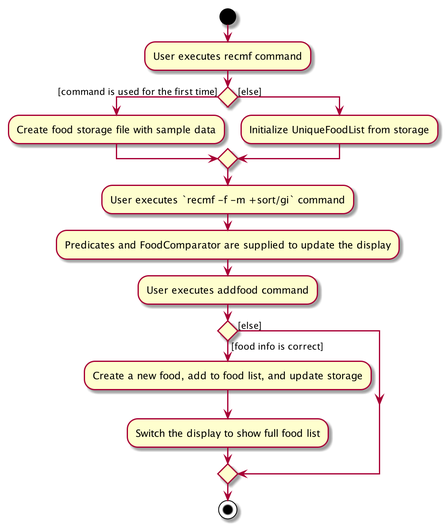
nus-cs2103-AY1920S1/addressbook-level3 keeps this PlantUML diagram as docs/images/RecmFoodActivityDiagram.png. Above is the earlier version.
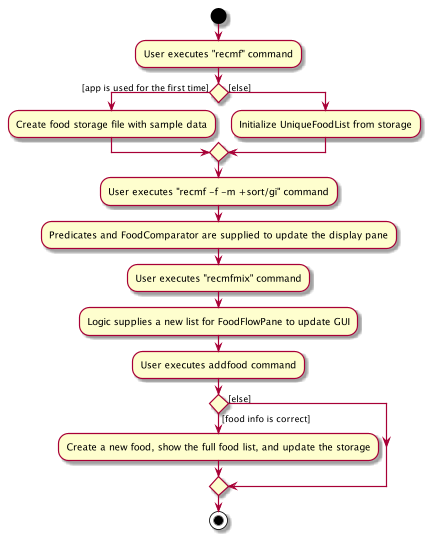
After the change.

The edit, as a diff of the source:
```diff
@@ -1,18 +1,19 @@
 @startuml
 start
-:User executes recmf command;
+:User executes "recmf" command;
 
-if () then ([command is used for the first time])
+if () then ([app is used for the first time])
     :Create food storage file with sample data;
 else ([else])
     :Initialize UniqueFoodList from storage;
 endif
-:User executes `recmf -f -m +sort/gi` command;
-:Predicates and FoodComparator are supplied to update the display;
+:User executes "recmf -f -m +sort/gi" command;
+:Predicates and FoodComparator are supplied to update the display pane;
+:User executes "recmfmix" command;
+:Logic supplies a new list for FoodFlowPane to update GUI;
 :User executes addfood command;
 if () then ([food info is correct])
-    :Create a new food, add to food list, and update storage;
-    :Switch the display to show full food list;
+    :Create a new food, show the full food list, and update the storage;
 else ([else])
 endif
 stop
```
